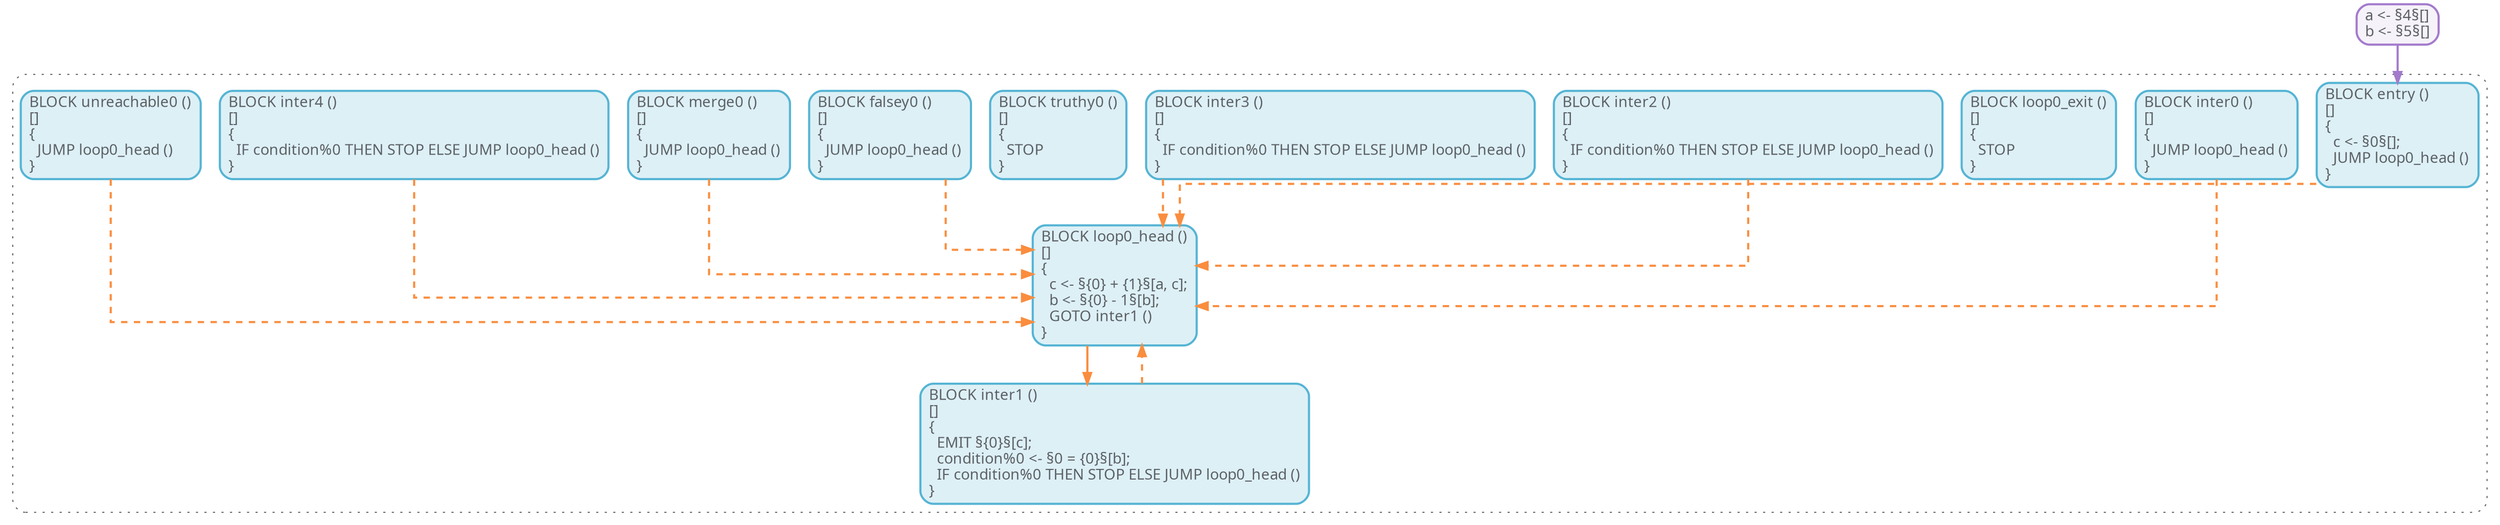
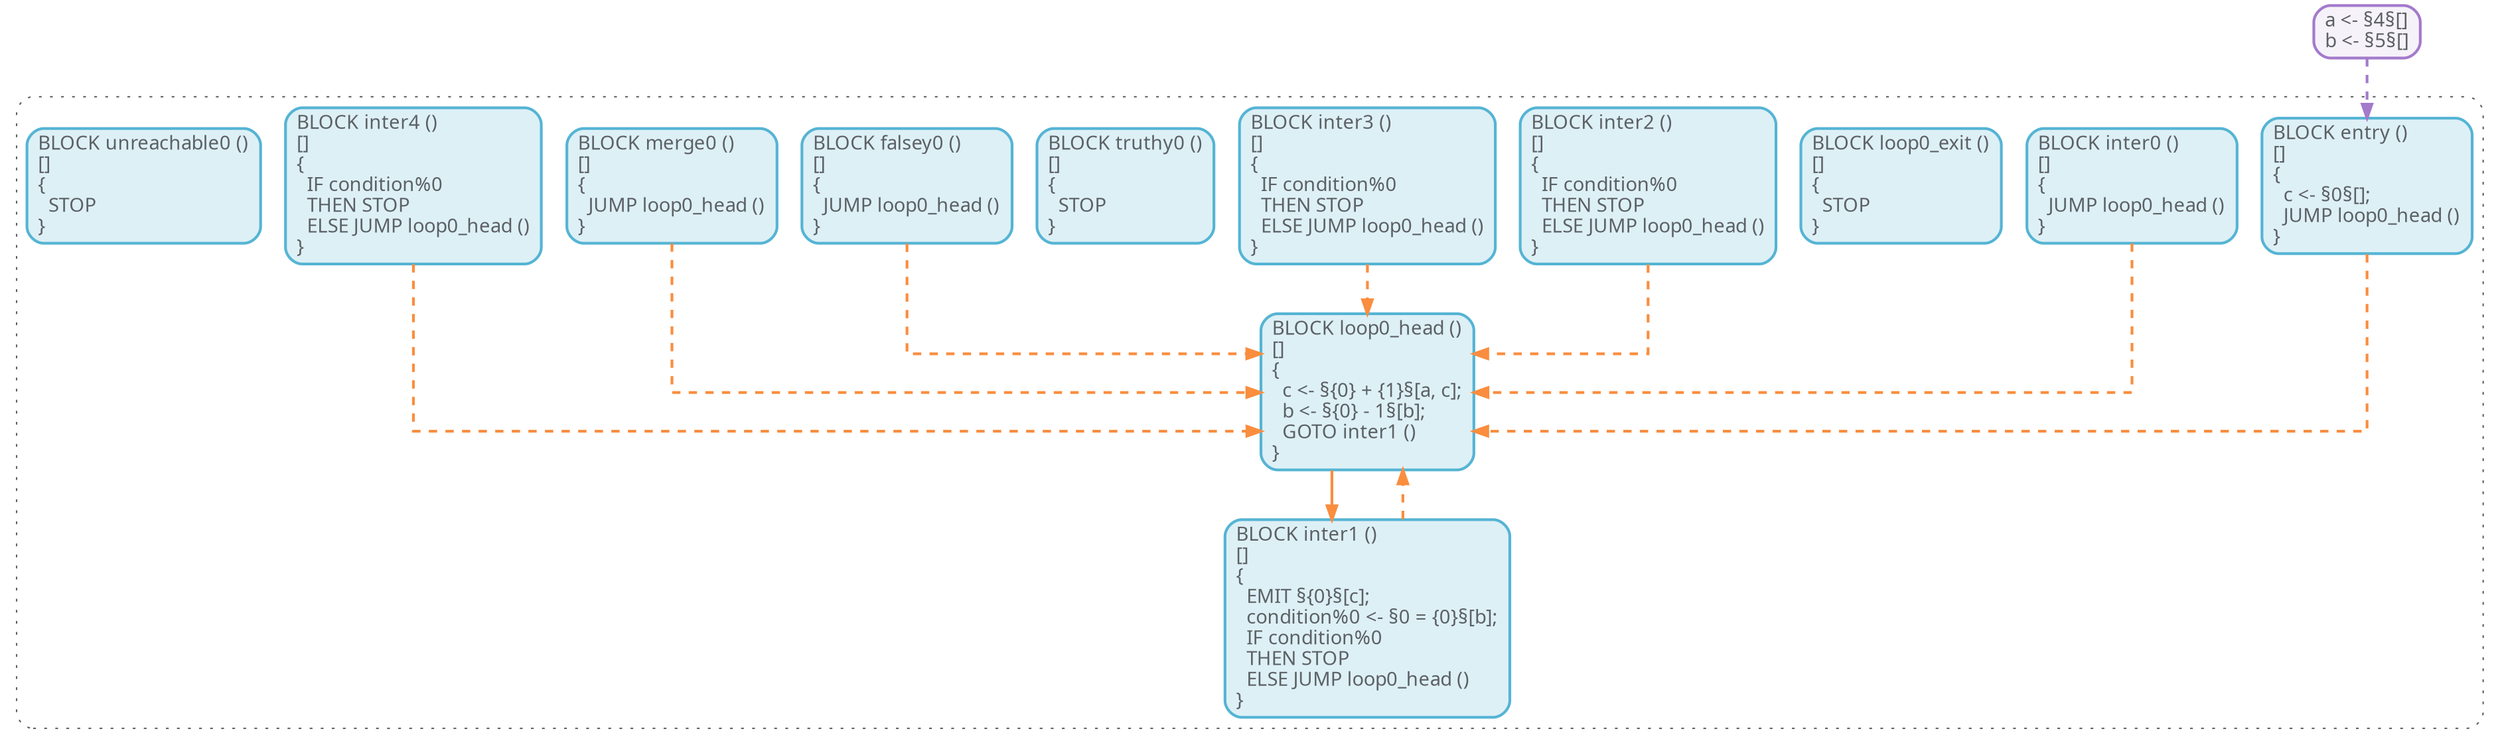
digraph "%pdg%" {
-   rankdir="TB";
  node [
    shape=rectangle,
    nojustify=true,
    penwidth=2,
    style="rounded,filled",
    fontcolor="#5C6166",
    fontname = "PragmataPro",
  ];
  graph [
    fontname = "PragmataPro",
    splines=ortho
  ];
  edge [
    fontname = "PragmataPro",
    penwidth=2,
    color="#FA8D3E"
  ];
  subgraph "%cfg%" {
-     rankdir="LR";
    cluster=true;
    style="rounded,dotted";
    color="#5C6166";
    node [
      fillcolor="#DDF0F6",
      color="#55B4D4"
    ];
    edge [
      color="#FA8D3E"
    ];
    "entry" [label="BLOCK entry ()\l[]\l{\l  c <- §0§[];\l  JUMP loop0_head ()\l}\l"];
    "inter0" [label="BLOCK inter0 ()\l[]\l{\l  JUMP loop0_head ()\l}\l"];
    "loop0_head" [label="BLOCK loop0_head ()\l[]\l{\l  c <- §{0} + {1}§[a, c];\l  b <- §{0} - 1§[b];\l  GOTO inter1 ()\l}\l"];
    "loop0_exit" [label="BLOCK loop0_exit ()\l[]\l{\l  STOP\l}\l"];
-     "inter1" [label="BLOCK inter1 ()\l[]\l{\l  EMIT §{0}§[c];\l  condition%0 <- §0 = {0}§[b];\l  IF condition%0 THEN STOP ELSE JUMP loop0_head ()\l}\l"];
-     "inter2" [label="BLOCK inter2 ()\l[]\l{\l  IF condition%0 THEN STOP ELSE JUMP loop0_head ()\l}\l"];
-     "inter3" [label="BLOCK inter3 ()\l[]\l{\l  IF condition%0 THEN STOP ELSE JUMP loop0_head ()\l}\l"];
+     "inter1" [label="BLOCK inter1 ()\l[]\l{\l  EMIT §{0}§[c];\l  condition%0 <- §0 = {0}§[b];\l  IF condition%0\l  THEN STOP\l  ELSE JUMP loop0_head ()\l}\l"];
+     "inter2" [label="BLOCK inter2 ()\l[]\l{\l  IF condition%0\l  THEN STOP\l  ELSE JUMP loop0_head ()\l}\l"];
+     "inter3" [label="BLOCK inter3 ()\l[]\l{\l  IF condition%0\l  THEN STOP\l  ELSE JUMP loop0_head ()\l}\l"];
    "truthy0" [label="BLOCK truthy0 ()\l[]\l{\l  STOP\l}\l"];
    "falsey0" [label="BLOCK falsey0 ()\l[]\l{\l  JUMP loop0_head ()\l}\l"];
    "merge0" [label="BLOCK merge0 ()\l[]\l{\l  JUMP loop0_head ()\l}\l"];
-     "inter4" [label="BLOCK inter4 ()\l[]\l{\l  IF condition%0 THEN STOP ELSE JUMP loop0_head ()\l}\l"];
-     "unreachable0" [label="BLOCK unreachable0 ()\l[]\l{\l  JUMP loop0_head ()\l}\l"];
+     "inter4" [label="BLOCK inter4 ()\l[]\l{\l  IF condition%0\l  THEN STOP\l  ELSE JUMP loop0_head ()\l}\l"];
+     "unreachable0" [label="BLOCK unreachable0 ()\l[]\l{\l  STOP\l}\l"];
    "entry" -> "loop0_head" [style="dashed"];
    "inter0" -> "loop0_head" [style="dashed"];
    "loop0_head" -> "inter1" [style="solid"];
    "inter1" -> "loop0_head" [style="dashed"];
    "inter2" -> "loop0_head" [style="dashed"];
    "inter3" -> "loop0_head" [style="dashed"];
    "falsey0" -> "loop0_head" [style="dashed"];
    "merge0" -> "loop0_head" [style="dashed"];
    "inter4" -> "loop0_head" [style="dashed"];
-     "unreachable0" -> "loop0_head" [style="dashed"];
  }
  subgraph "%inputs%" {
    node [
      fillcolor="#F6F2F9",
      color="#A37ACC";
    ];
    edge [
-       color="#A37ACC"
+       color="#A37ACC",
+       style="dashed"
    ];
-     "%inputs%" [label="a <- §4§[]\lb <- §5§[]"];
+     "%inputs%" [label="a <- §4§[]\lb <- §5§[]\l"];
    "%inputs%" -> "entry";
  }
}
